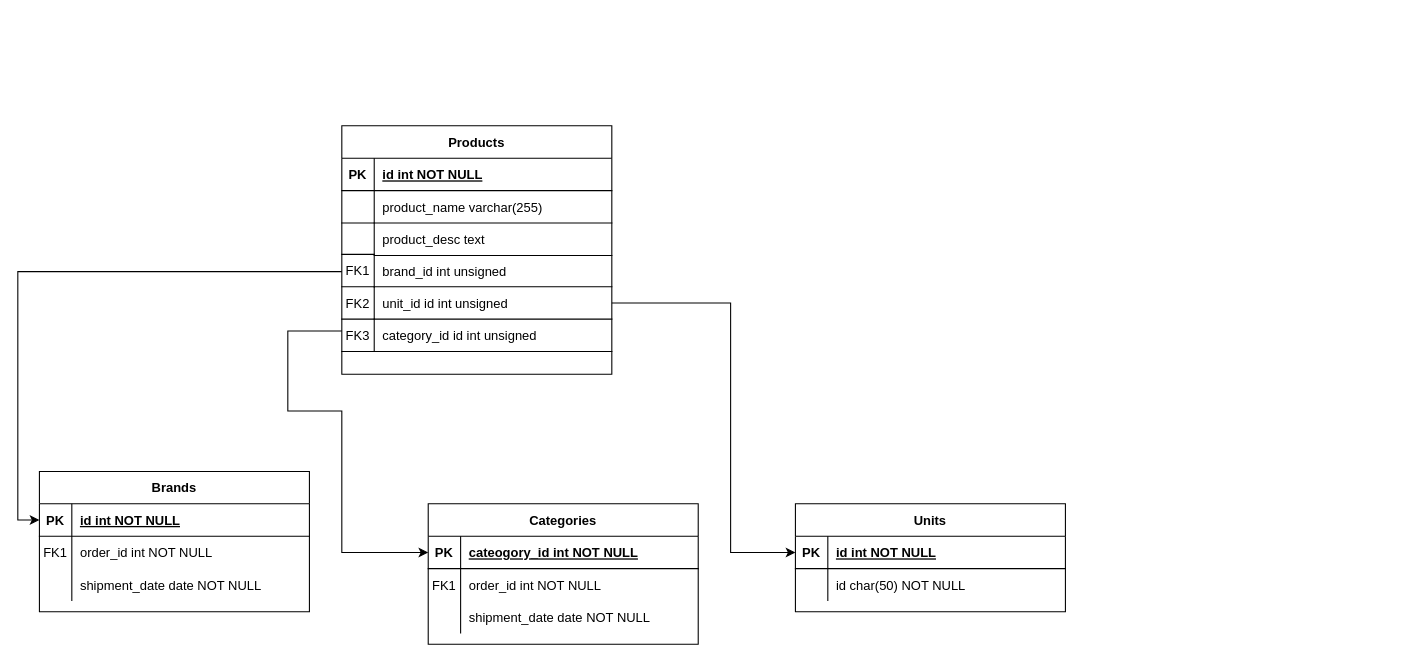
Before: database/migrations/Untitled Diagram.drawio in yashmali408/new-laravel-project-, a draw.io diagram. Source tidied: cells renumbered, new cells numbered last; positions are measured from the earlier drawing's top-left corner, leaving out a move shared by most shapes. Both pictures are drawn from the tidied source at 108%, with x=0, y=0 at pixel (39, 125).
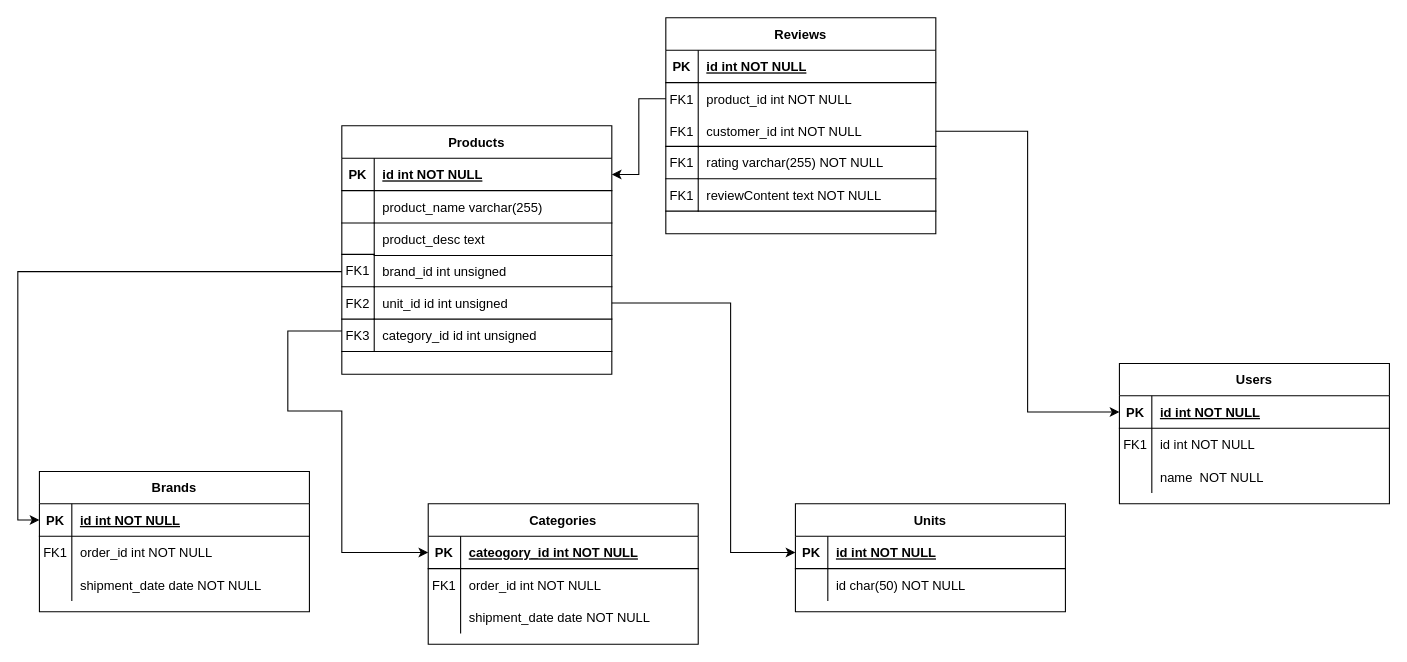
After the change.

The change refers to these unchanged cells:
```xml
<mxCell id="35" style="shape=partialRectangle;fillColor=none;points=[[0,0.5],[1,0.5]];portConstraint=eastwest;top=0;left=0;right=0;bottom=1;" parent="34" vertex="1">
  <mxGeometry y="30" width="250" height="30" as="geometry" />
</mxCell>
```

Diff of the diagram source:
```diff
@@
+    <mxCell id="53" value="Users" style="shape=table;startSize=30;childLayout=tableLayout;rowLines=0;fontStyle=1;align=center;" parent="1" vertex="1">
+      <mxGeometry x="1000" y="220" width="250" height="130" as="geometry" />
+    </mxCell>
+    <mxCell id="54" style="shape=partialRectangle;fillColor=none;points=[[0,0.5],[1,0.5]];portConstraint=eastwest;top=0;left=0;right=0;bottom=1;" parent="53" vertex="1">
+      <mxGeometry y="30" width="250" height="30" as="geometry" />
+    </mxCell>
+    <mxCell id="55" value="PK" style="shape=partialRectangle;overflow=hidden;fillColor=none;top=0;left=0;bottom=0;right=0;fontStyle=1;" parent="54" vertex="1">
+      <mxGeometry width="30" height="30" as="geometry" />
+    </mxCell>
+    <mxCell id="56" value="id int NOT NULL " style="shape=partialRectangle;overflow=hidden;fillColor=none;top=0;left=0;bottom=0;right=0;align=left;spacingLeft=6;fontStyle=5;" parent="54" vertex="1">
+      <mxGeometry x="30" width="220" height="30" as="geometry" />
+    </mxCell>
+    <mxCell id="57" style="shape=partialRectangle;fillColor=none;top=0;left=0;right=0;bottom=0;" parent="53" vertex="1">
+      <mxGeometry y="60" width="250" height="30" as="geometry" />
+    </mxCell>
+    <mxCell id="58" value="FK1" style="shape=partialRectangle;overflow=hidden;fillColor=none;top=0;left=0;bottom=0;right=0;" parent="57" vertex="1">
+      <mxGeometry width="30" height="30" as="geometry" />
+    </mxCell>
+    <mxCell id="59" value="id int NOT NULL" style="shape=partialRectangle;overflow=hidden;fillColor=none;top=0;left=0;bottom=0;right=0;align=left;spacingLeft=6;" parent="57" vertex="1">
+      <mxGeometry x="30" width="220" height="30" as="geometry" />
+    </mxCell>
+    <mxCell id="60" style="shape=partialRectangle;fillColor=none;top=0;left=0;right=0;bottom=0;" parent="53" vertex="1">
+      <mxGeometry y="90" width="250" height="30" as="geometry" />
+    </mxCell>
+    <mxCell id="61" style="shape=partialRectangle;overflow=hidden;fillColor=none;top=0;left=0;bottom=0;right=0;" parent="60" vertex="1">
+      <mxGeometry width="30" height="30" as="geometry" />
+    </mxCell>
+    <mxCell id="62" value="name  NOT NULL" style="shape=partialRectangle;overflow=hidden;fillColor=none;top=0;left=0;bottom=0;right=0;align=left;spacingLeft=6;" parent="60" vertex="1">
+      <mxGeometry x="30" width="220" height="30" as="geometry" />
+    </mxCell>
+    <mxCell id="63" style="edgeStyle=orthogonalEdgeStyle;rounded=0;jettySize=auto;html=1;" parent="1" edge="1" source="73" target="54">
+      <mxGeometry relative="1" as="geometry" />
+    </mxCell>
+    <mxCell id="64" style="edgeStyle=orthogonalEdgeStyle;rounded=0;jettySize=auto;html=1;" parent="1" edge="1" source="70" target="35">
+      <mxGeometry relative="1" as="geometry" />
+    </mxCell>
+    <mxCell id="65" style="group;" parent="1" vertex="1">
+      <mxGeometry x="580" y="-100" width="250" height="200" as="geometry" />
+    </mxCell>
+    <mxCell id="66" value="Reviews" style="shape=table;startSize=30;childLayout=tableLayout;rowLines=0;fontStyle=1;align=center;" parent="65" vertex="1">
+      <mxGeometry width="250" height="200" as="geometry" />
+    </mxCell>
+    <mxCell id="67" style="shape=partialRectangle;fillColor=none;top=0;left=0;right=0;bottom=1;" parent="66" vertex="1">
+      <mxGeometry y="30" width="250" height="30" as="geometry" />
+    </mxCell>
+    <mxCell id="68" value="PK" style="shape=partialRectangle;overflow=hidden;fillColor=none;top=0;left=0;bottom=0;right=0;fontStyle=1;" parent="67" vertex="1">
+      <mxGeometry width="30" height="30" as="geometry" />
+    </mxCell>
+    <mxCell id="69" value="id int NOT NULL " style="shape=partialRectangle;overflow=hidden;fillColor=none;top=0;left=0;bottom=0;right=0;align=left;spacingLeft=6;fontStyle=5;" parent="67" vertex="1">
+      <mxGeometry x="30" width="220" height="30" as="geometry" />
+    </mxCell>
+    <mxCell id="70" style="shape=partialRectangle;fillColor=none;points=[[0,0.5],[1,0.5]];portConstraint=eastwest;top=0;left=0;right=0;bottom=0;" parent="66" vertex="1">
+      <mxGeometry y="60" width="250" height="30" as="geometry" />
+    </mxCell>
+    <mxCell id="71" value="FK1" style="shape=partialRectangle;overflow=hidden;fillColor=none;top=0;left=0;bottom=0;right=0;" parent="70" vertex="1">
+      <mxGeometry width="30" height="30" as="geometry" />
+    </mxCell>
+    <mxCell id="72" value="product_id int NOT NULL" style="shape=partialRectangle;overflow=hidden;fillColor=none;top=0;left=0;bottom=0;right=0;align=left;spacingLeft=6;" parent="70" vertex="1">
+      <mxGeometry x="30" width="220" height="30" as="geometry" />
+    </mxCell>
+    <mxCell id="73" style="shape=partialRectangle;fillColor=none;points=[[0,0.5],[1,0.5]];portConstraint=eastwest;top=0;left=0;right=0;bottom=0;" parent="66" vertex="1">
+      <mxGeometry y="90" width="250" height="30" as="geometry" />
+    </mxCell>
+    <mxCell id="74" style="shape=partialRectangle;overflow=hidden;fillColor=none;top=0;left=0;bottom=0;right=0;" parent="73" vertex="1">
+      <mxGeometry width="30" height="30" as="geometry" />
+    </mxCell>
+    <mxCell id="75" value="customer_id int NOT NULL" style="shape=partialRectangle;overflow=hidden;fillColor=none;top=0;left=0;bottom=0;right=0;align=left;spacingLeft=6;" parent="73" vertex="1">
+      <mxGeometry x="30" width="220" height="30" as="geometry" />
+    </mxCell>
+    <mxCell id="76" value="FK1" style="shape=partialRectangle;overflow=hidden;fillColor=none;top=0;left=0;bottom=0;right=0;" parent="65" vertex="1">
+      <mxGeometry y="90" width="30" height="30" as="geometry" />
+    </mxCell>
+    <mxCell id="77" value="rating varchar(255) NOT NULL" style="shape=partialRectangle;overflow=hidden;fillColor=none;top=1;left=0;bottom=1;right=0;align=left;spacingLeft=6;" parent="65" vertex="1">
+      <mxGeometry x="30" y="119" width="220" height="30" as="geometry" />
+    </mxCell>
+    <mxCell id="78" value="FK1" style="shape=partialRectangle;overflow=hidden;fillColor=none;top=1;left=0;bottom=1;right=1;" parent="65" vertex="1">
+      <mxGeometry y="119" width="30" height="30" as="geometry" />
+    </mxCell>
+    <mxCell id="79" value="reviewContent text NOT NULL" style="shape=partialRectangle;overflow=hidden;fillColor=none;top=0;left=0;bottom=1;right=0;align=left;spacingLeft=6;" parent="65" vertex="1">
+      <mxGeometry x="30" y="149" width="220" height="30" as="geometry" />
+    </mxCell>
+    <mxCell id="80" value="FK1" style="shape=partialRectangle;overflow=hidden;fillColor=none;top=0;left=0;bottom=1;right=1;" parent="65" vertex="1">
+      <mxGeometry y="149" width="30" height="30" as="geometry" />
+    </mxCell>
```
